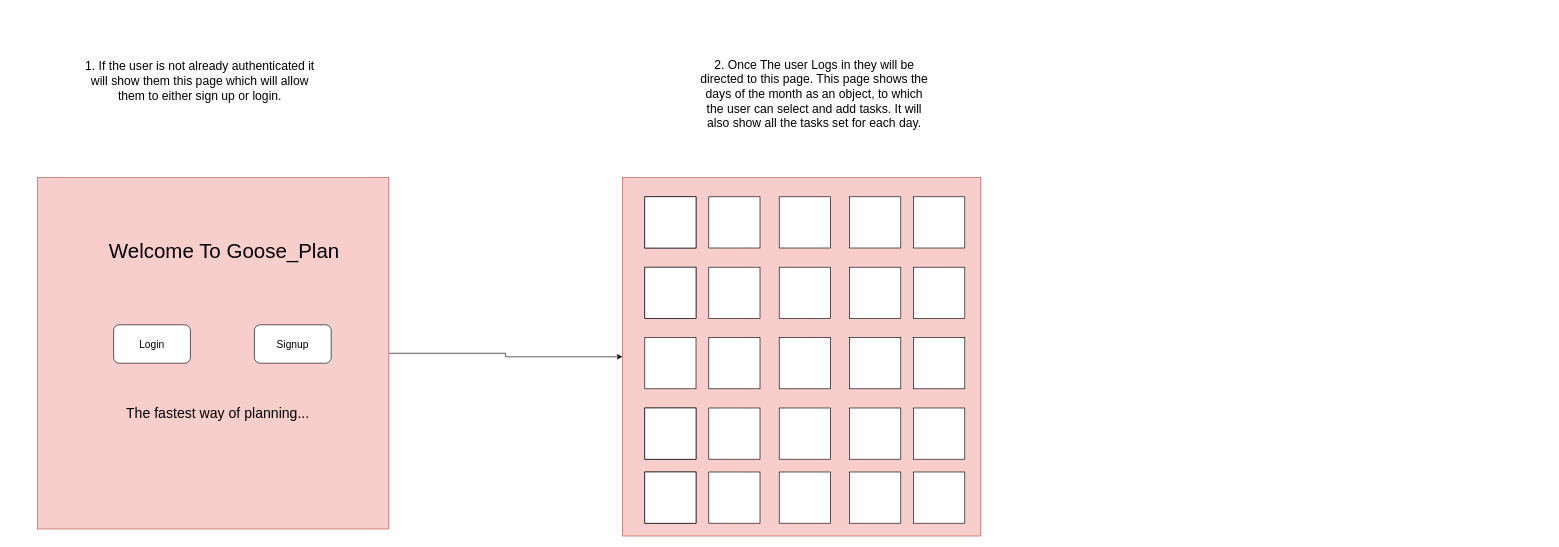
bengraham-B/L3T14 keeps this draw.io diagram as Untitled Diagram.drawio. Above is the earlier version. Source tidied: cells renumbered, new cells numbered last; positions are measured from the earlier drawing's top-left corner, leaving out a move shared by most shapes. Both pictures are drawn from the tidied source at 64%, with x=0, y=0 at pixel (11, 11).
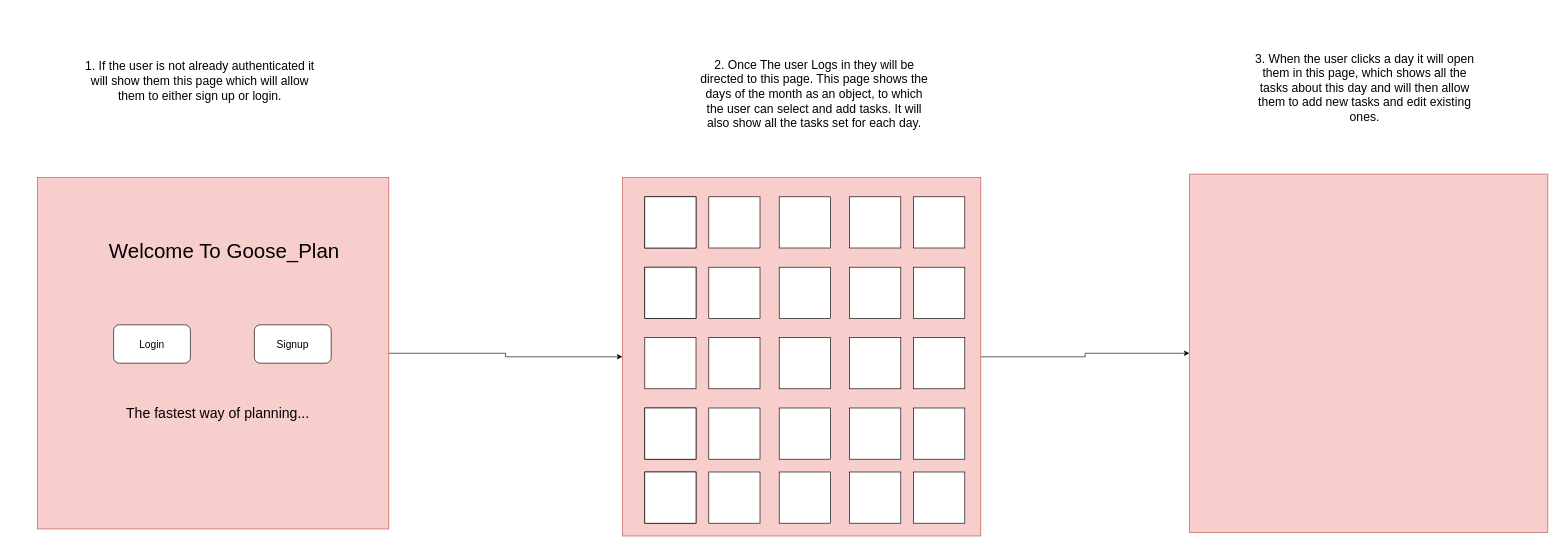
Above is the later version.

The change refers to these unchanged cells:
```xml
<mxCell id="9" style="whiteSpace=wrap;html=1;fillColor=#f8cecc;strokeColor=#b85450;" parent="1" vertex="1">
  <mxGeometry x="955" y="260" width="560" height="560" as="geometry" />
</mxCell>
```

What changed in the source:
```diff
@@
+    <mxCell id="41" style="edgeStyle=orthogonalEdgeStyle;rounded=0;jettySize=auto;html=1;entryX=0;entryY=0.5;entryDx=0;entryDy=0;" parent="1" edge="1" source="9" target="42">
+      <mxGeometry relative="1" as="geometry" />
+    </mxCell>
@@
+    <mxCell id="42" style="whiteSpace=wrap;html=1;fillColor=#f8cecc;strokeColor=#b85450;" parent="1" vertex="1">
+      <mxGeometry x="1841" y="254.5" width="560" height="560" as="geometry" />
+    </mxCell>
+    <mxCell id="43" value="&lt;span style=&quot;font-size: 19px;&quot;&gt;3. When the user clicks a day it will open them in this page, which shows all the tasks about this day and will then allow them to add new tasks and edit existing ones.&lt;/span&gt;" style="text;strokeColor=none;align=center;fillColor=none;html=1;verticalAlign=middle;whiteSpace=wrap;rounded=0;" parent="1" vertex="1">
+      <mxGeometry x="1930" y="10" width="370" height="220" as="geometry" />
+    </mxCell>
```
